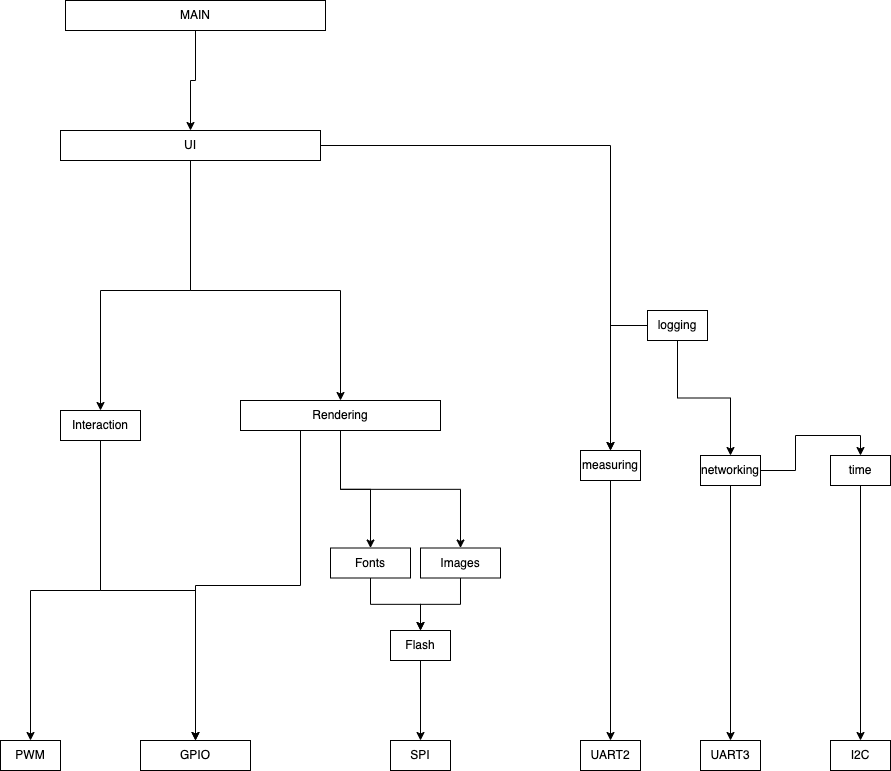
Above: week-1/week-1-hierarchy-of-control-diagram.drawio.png in martenbiehl/making-embedded-systems-exercises (draw.io), before the change. Source tidied: cells renumbered, new cells last; positions are measured from the earlier drawing's top-left corner, leaving out a move shared by most shapes.
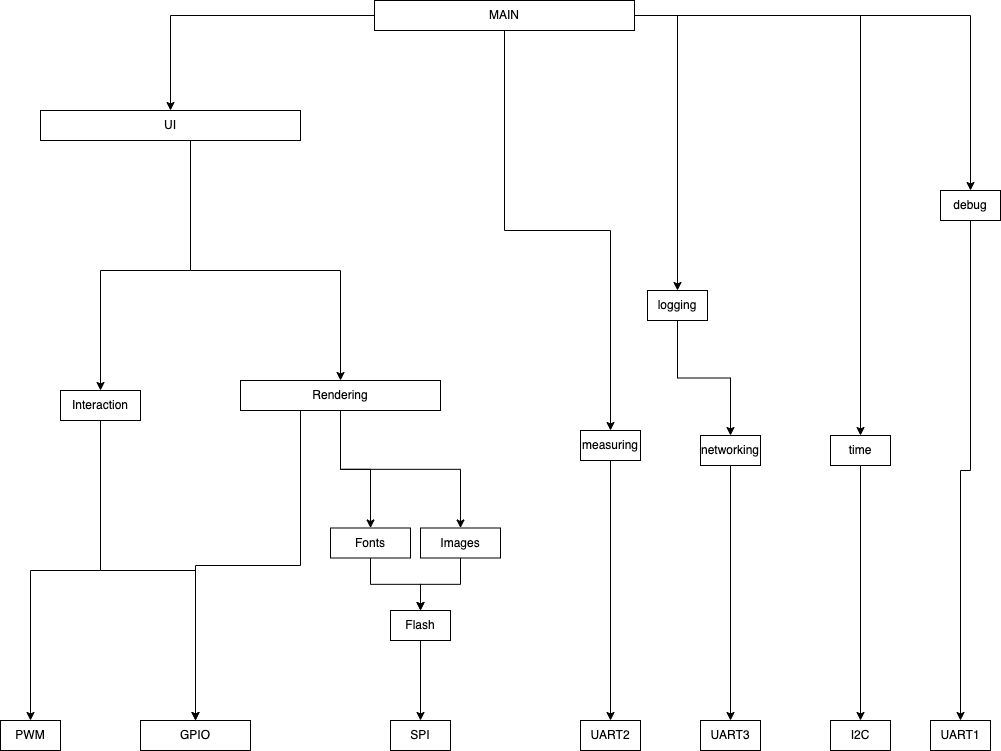
Later version of the same file.

Diff of the diagram source:
```diff
@@ -45,11 +45,11 @@
         </Array>
       </mxGeometry>
     </mxCell>
-    <mxCell id="13" style="edgeStyle=orthogonalEdgeStyle;rounded=0;jettySize=auto;html=1;" parent="1" edge="1" source="14" target="34">
+    <mxCell id="13" style="edgeStyle=orthogonalEdgeStyle;rounded=0;jettySize=auto;html=1;exitX=0.5;exitY=1;exitDx=0;exitDy=0;" parent="1" edge="1" source="36" target="34">
       <mxGeometry relative="1" as="geometry" />
     </mxCell>
     <mxCell id="14" value="UI" style="rounded=0;whiteSpace=wrap;html=1;" parent="1" vertex="1">
-      <mxGeometry x="60" y="130" width="260" height="30" as="geometry" />
+      <mxGeometry x="40" y="130" width="260" height="30" as="geometry" />
     </mxCell>
     <mxCell id="15" style="edgeStyle=orthogonalEdgeStyle;rounded=0;jettySize=auto;html=1;" parent="1" edge="1" source="18" target="8">
       <mxGeometry relative="1" as="geometry" />
@@ -92,9 +92,6 @@
     <mxCell id="26" value="time" style="rounded=0;whiteSpace=wrap;html=1;" parent="1" vertex="1">
       <mxGeometry x="830" y="455" width="60" height="30" as="geometry" />
     </mxCell>
-    <mxCell id="27" style="edgeStyle=orthogonalEdgeStyle;rounded=0;jettySize=auto;html=1;entryX=0.5;entryY=0;entryDx=0;entryDy=0;" parent="1" edge="1" source="29" target="26">
-      <mxGeometry relative="1" as="geometry" />
-    </mxCell>
     <mxCell id="28" style="edgeStyle=orthogonalEdgeStyle;rounded=0;jettySize=auto;html=1;" parent="1" edge="1" source="29" target="5">
       <mxGeometry relative="1" as="geometry" />
     </mxCell>
@@ -104,9 +101,6 @@
     <mxCell id="30" style="edgeStyle=orthogonalEdgeStyle;rounded=0;jettySize=auto;html=1;" parent="1" edge="1" source="32" target="29">
       <mxGeometry relative="1" as="geometry" />
     </mxCell>
-    <mxCell id="31" style="edgeStyle=orthogonalEdgeStyle;rounded=0;jettySize=auto;html=1;entryX=0.5;entryY=0;entryDx=0;entryDy=0;" parent="1" edge="1" source="32" target="34">
-      <mxGeometry relative="1" as="geometry" />
-    </mxCell>
     <mxCell id="32" value="logging" style="rounded=0;whiteSpace=wrap;html=1;" parent="1" vertex="1">
       <mxGeometry x="647" y="310" width="60" height="30" as="geometry" />
     </mxCell>
@@ -119,8 +113,26 @@
     <mxCell id="35" style="edgeStyle=orthogonalEdgeStyle;rounded=0;jettySize=auto;html=1;entryX=0.5;entryY=0;entryDx=0;entryDy=0;" parent="1" edge="1" source="36" target="14">
       <mxGeometry relative="1" as="geometry" />
     </mxCell>
+    <mxCell id="37" style="edgeStyle=orthogonalEdgeStyle;rounded=0;jettySize=auto;html=1;entryX=0.5;entryY=0;entryDx=0;entryDy=0;" parent="1" edge="1" source="36" target="32">
+      <mxGeometry relative="1" as="geometry" />
+    </mxCell>
+    <mxCell id="38" style="edgeStyle=orthogonalEdgeStyle;rounded=0;jettySize=auto;html=1;" parent="1" edge="1" source="36" target="26">
+      <mxGeometry relative="1" as="geometry" />
+    </mxCell>
+    <mxCell id="39" style="edgeStyle=orthogonalEdgeStyle;rounded=0;jettySize=auto;html=1;entryX=0.5;entryY=0;entryDx=0;entryDy=0;" parent="1" edge="1" source="36" target="41">
+      <mxGeometry relative="1" as="geometry" />
+    </mxCell>
     <mxCell id="36" value="MAIN" style="rounded=0;whiteSpace=wrap;html=1;" parent="1" vertex="1">
-      <mxGeometry x="65" width="260" height="30" as="geometry" />
+      <mxGeometry x="374" y="20" width="260" height="30" as="geometry" />
     </mxCell>
+    <mxCell id="40" style="edgeStyle=orthogonalEdgeStyle;rounded=0;jettySize=auto;html=1;entryX=0.5;entryY=0;entryDx=0;entryDy=0;" parent="1" edge="1" source="41" target="42">
+      <mxGeometry relative="1" as="geometry" />
+    </mxCell>
+    <mxCell id="41" value="debug" style="rounded=0;whiteSpace=wrap;html=1;" parent="1" vertex="1">
+      <mxGeometry x="940" y="210" width="60" height="30" as="geometry" />
+    </mxCell>
+    <mxCell id="42" value="UART1" style="rounded=0;whiteSpace=wrap;html=1;" parent="1" vertex="1">
+      <mxGeometry x="930" y="740" width="60" height="30" as="geometry" />
+    </mxCell>
   </root>
 </mxGraphModel>
```
